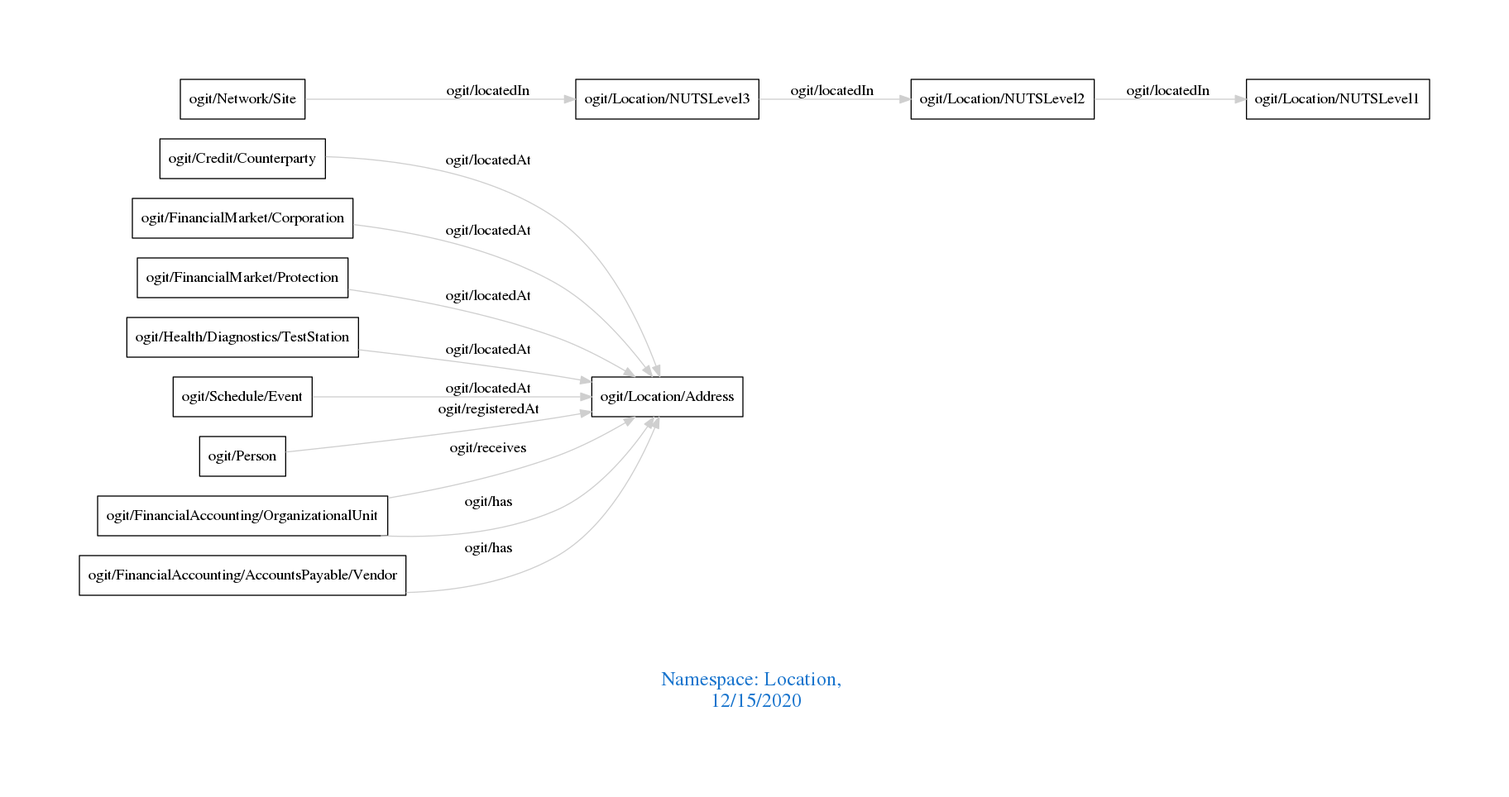
Earlier version of the Graphviz export downloads/Location.png (arago/OGIT). Its source is kept beside it as downloads/Location.dot.
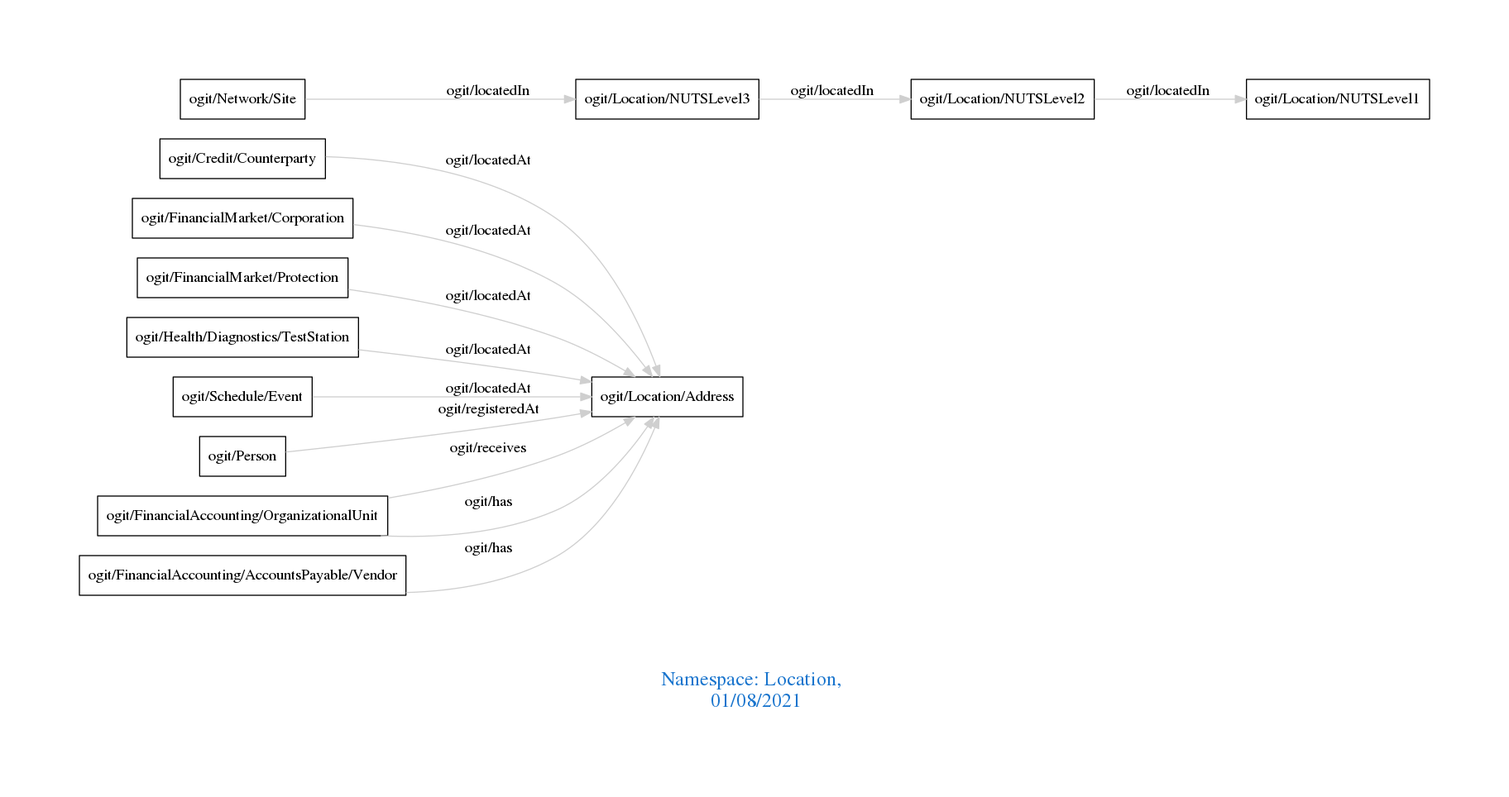
Above is the later version.

The edit, as a diff of the source:
```diff
@@ -1,7 +1,7 @@
 digraph OGIT_ontology {
  graph [ rankdir= LR,pad=1
 fontsize = 18,
-fontcolor= dodgerblue3,label = "\n\n\nNamespace: Location, \n 12/15/2020"];
+fontcolor= dodgerblue3,label = "\n\n\nNamespace: Location, \n 01/08/2021"];
 node[shape=polygon];
 edge [  color="gray81"];
 
```
